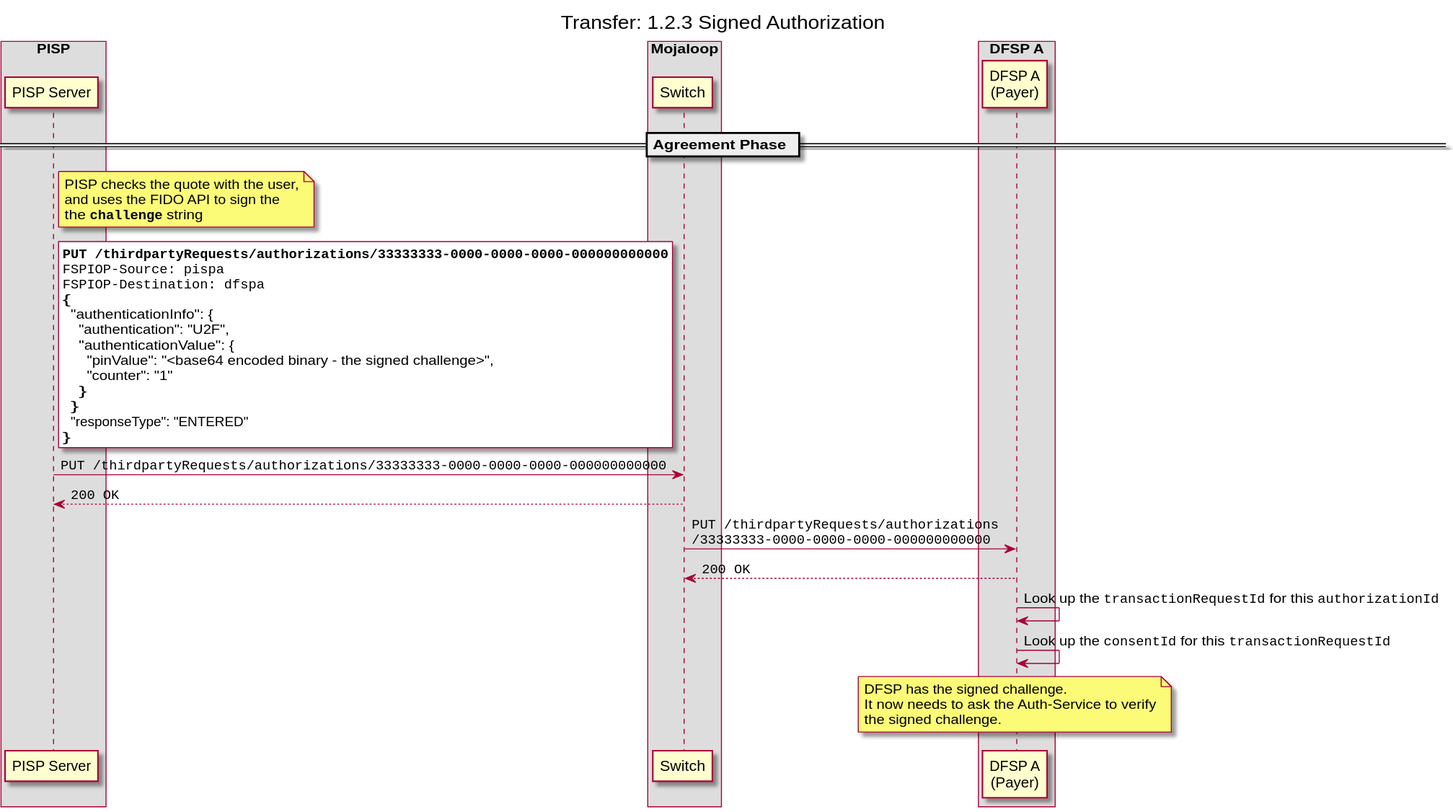
Earlier version of the PlantUML export docs/out/transfer/1-2-3-signed-authorization.svg (mojaloop/pisp-project). Its source is kept beside it as docs/transfer/1-2-3-signed-authorization.puml.
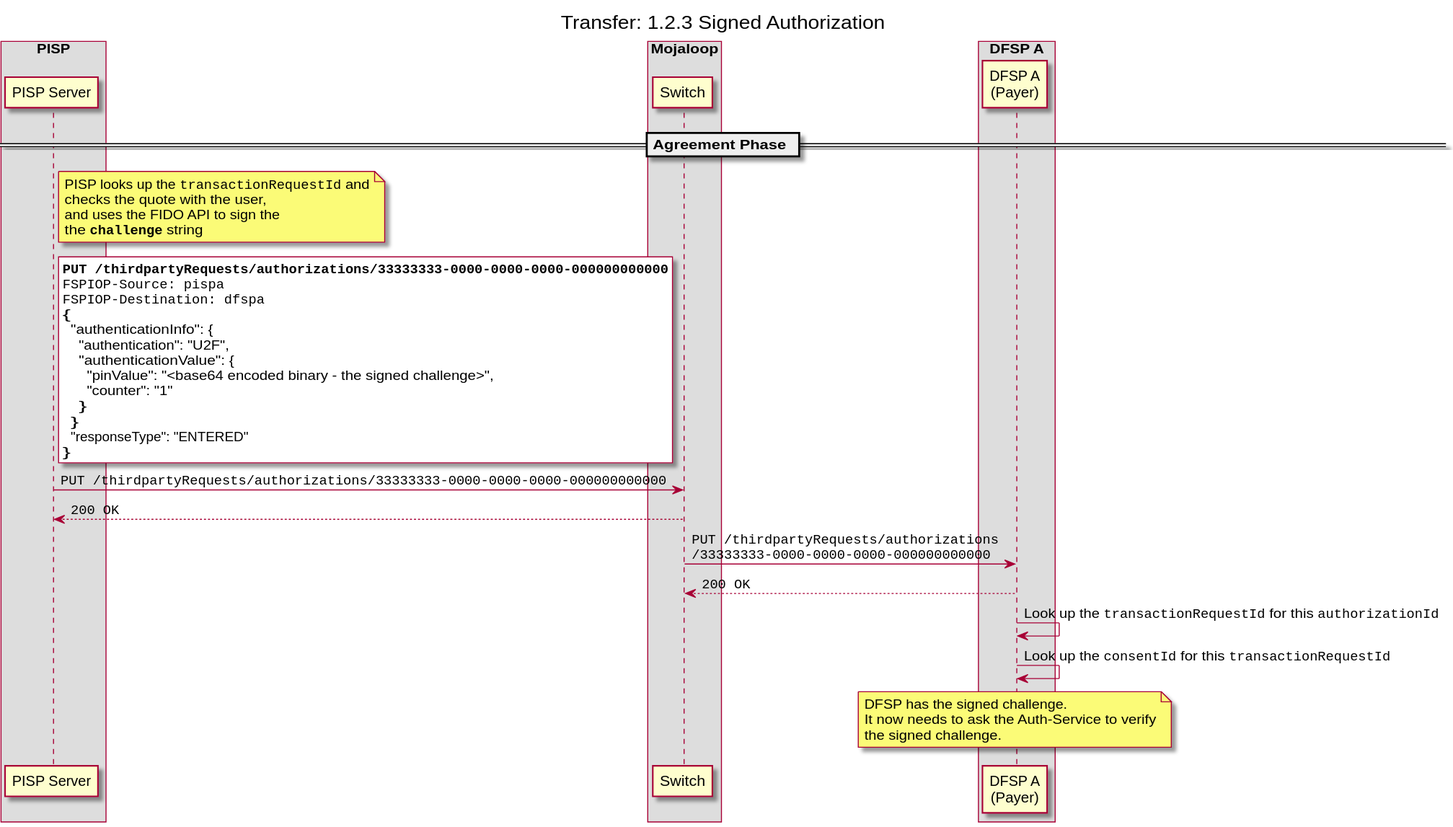
The same file after the commit.

Commit message:
feat: minor improvements to readme, update sequences

The edit, as a diff of the source:
```diff
@@ -14,7 +14,8 @@
 end box
 == Agreement Phase ==
 note right of D1
-  PISP checks the quote with the user,
+  PISP looks up the ""transactionRequestId"" and
+  checks the quote with the user,
   and uses the FIDO API to sign the
   the **""challenge""** string
 end note
```
